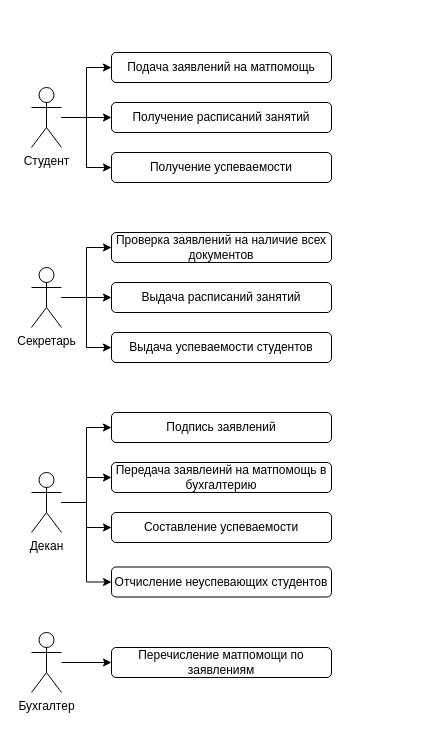
The draw.io diagram Use Case.drawio in sothug/Loan-applications, before the edit. Source tidied: cells renumbered, new cells numbered last; positions are measured from the earlier drawing's top-left corner, leaving out a move shared by most shapes. Both pictures are drawn from the tidied source at 100%, with x=0, y=0 at pixel (31, 52).
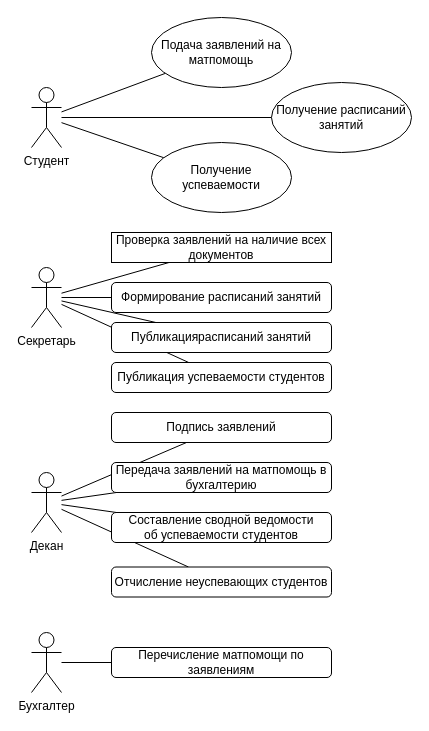
The same diagram, later.

The change refers to these unchanged cells:
```xml
<mxCell id="5" value="Студент" style="shape=umlActor;verticalLabelPosition=bottom;verticalAlign=top;html=1;outlineConnect=0;" parent="1" vertex="1">
  <mxGeometry y="35" width="30" height="60" as="geometry" />
</mxCell>
<mxCell id="12" value="Секретарь&lt;br&gt;" style="shape=umlActor;verticalLabelPosition=bottom;verticalAlign=top;html=1;outlineConnect=0;" parent="1" vertex="1">
  <mxGeometry y="215" width="30" height="60" as="geometry" />
</mxCell>
<mxCell id="20" value="Декан" style="shape=umlActor;verticalLabelPosition=bottom;verticalAlign=top;html=1;outlineConnect=0;" parent="1" vertex="1">
  <mxGeometry y="420" width="30" height="60" as="geometry" />
</mxCell>
<mxCell id="21" value="Подпись заявлений" style="rounded=1;whiteSpace=wrap;html=1;" parent="1" vertex="1">
  <mxGeometry x="80" y="360" width="220" height="30" as="geometry" />
</mxCell>
<mxCell id="24" value="Отчисление неуспевающих студентов" style="rounded=1;whiteSpace=wrap;html=1;" parent="1" vertex="1">
  <mxGeometry x="80" y="514.5" width="220" height="30" as="geometry" />
</mxCell>
<mxCell id="25" value="Бухгалтер" style="shape=umlActor;verticalLabelPosition=bottom;verticalAlign=top;html=1;outlineConnect=0;" parent="1" vertex="1">
  <mxGeometry y="580" width="30" height="60" as="geometry" />
</mxCell>
<mxCell id="26" value="Перечисление матпомощи по заявлениям" style="rounded=1;whiteSpace=wrap;html=1;" parent="1" vertex="1">
  <mxGeometry x="80" y="595" width="220" height="30" as="geometry" />
</mxCell>
```

What changed in the source:
```diff
@@
-    <mxCell id="2" style="edgeStyle=orthogonalEdgeStyle;rounded=0;jettySize=auto;html=1;entryX=0;entryY=0.5;entryDx=0;entryDy=0;" parent="1" edge="1" source="5" target="6">
+    <mxCell id="2" style="edgeStyle=none;jettySize=auto;html=1;endArrow=none;endFill=0;strokeColor=default;" parent="1" edge="1" source="5" target="6">
       <mxGeometry relative="1" as="geometry" />
     </mxCell>
-    <mxCell id="3" style="edgeStyle=orthogonalEdgeStyle;rounded=0;jettySize=auto;html=1;entryX=0;entryY=0.5;entryDx=0;entryDy=0;" parent="1" edge="1" source="5" target="7">
+    <mxCell id="3" style="edgeStyle=none;jettySize=auto;html=1;endArrow=none;endFill=0;strokeColor=default;" parent="1" edge="1" source="5" target="7">
       <mxGeometry relative="1" as="geometry" />
     </mxCell>
-    <mxCell id="4" style="edgeStyle=orthogonalEdgeStyle;rounded=0;jettySize=auto;html=1;entryX=0;entryY=0.5;entryDx=0;entryDy=0;" parent="1" edge="1" source="5" target="8">
+    <mxCell id="4" style="edgeStyle=none;jettySize=auto;html=1;endArrow=none;endFill=0;strokeColor=default;" parent="1" edge="1" source="5" target="8">
       <mxGeometry relative="1" as="geometry" />
     </mxCell>
@@
-    <mxCell id="6" value="Подача заявлений на матпомощь" style="rounded=1;whiteSpace=wrap;html=1;" parent="1" vertex="1">
-      <mxGeometry x="80" width="220" height="30" as="geometry" />
-    </mxCell>
-    <mxCell id="7" value="Получение расписаний занятий" style="rounded=1;whiteSpace=wrap;html=1;" parent="1" vertex="1">
-      <mxGeometry x="80" y="50" width="220" height="30" as="geometry" />
-    </mxCell>
-    <mxCell id="8" value="Получение успеваемости" style="rounded=1;whiteSpace=wrap;html=1;" parent="1" vertex="1">
-      <mxGeometry x="80" y="100" width="220" height="30" as="geometry" />
-    </mxCell>
-    <mxCell id="9" style="edgeStyle=orthogonalEdgeStyle;rounded=0;jettySize=auto;html=1;entryX=0;entryY=0.5;entryDx=0;entryDy=0;" parent="1" edge="1" source="12" target="13">
+    <mxCell id="9" style="rounded=0;jettySize=auto;html=1;endArrow=none;endFill=0;" parent="1" edge="1" source="12" target="13">
       <mxGeometry relative="1" as="geometry" />
     </mxCell>
-    <mxCell id="10" style="edgeStyle=orthogonalEdgeStyle;rounded=0;jettySize=auto;html=1;entryX=0;entryY=0.5;entryDx=0;entryDy=0;" parent="1" edge="1" source="12" target="14">
+    <mxCell id="10" style="rounded=0;jettySize=auto;html=1;endFill=0;endArrow=none;" parent="1" edge="1" source="12" target="14">
       <mxGeometry relative="1" as="geometry" />
     </mxCell>
-    <mxCell id="11" style="edgeStyle=orthogonalEdgeStyle;rounded=0;jettySize=auto;html=1;entryX=0;entryY=0.5;entryDx=0;entryDy=0;" parent="1" edge="1" source="12" target="15">
+    <mxCell id="11" style="rounded=0;jettySize=auto;html=1;endFill=0;endArrow=none;" parent="1" edge="1" source="12" target="15">
       <mxGeometry relative="1" as="geometry" />
     </mxCell>
@@
-    <mxCell id="13" value="Проверка заявлений на наличие всех документов" style="rounded=1;whiteSpace=wrap;html=1;" parent="1" vertex="1">
+    <mxCell id="13" value="Проверка заявлений на наличие всех документов" style="whiteSpace=wrap;html=1;shadow=0;" parent="1" vertex="1">
       <mxGeometry x="80" y="180" width="220" height="30" as="geometry" />
     </mxCell>
-    <mxCell id="14" value="Выдача расписаний занятий" style="rounded=1;whiteSpace=wrap;html=1;" parent="1" vertex="1">
+    <mxCell id="14" value="Формирование расписаний занятий" style="rounded=1;whiteSpace=wrap;html=1;" parent="1" vertex="1">
       <mxGeometry x="80" y="230" width="220" height="30" as="geometry" />
     </mxCell>
-    <mxCell id="15" value="Выдача успеваемости студентов" style="rounded=1;whiteSpace=wrap;html=1;" parent="1" vertex="1">
-      <mxGeometry x="80" y="280" width="220" height="30" as="geometry" />
+    <mxCell id="15" value="Публикация успеваемости студентов" style="rounded=1;whiteSpace=wrap;html=1;" parent="1" vertex="1">
+      <mxGeometry x="80" y="310" width="220" height="30" as="geometry" />
     </mxCell>
-    <mxCell id="16" style="edgeStyle=orthogonalEdgeStyle;rounded=0;jettySize=auto;html=1;entryX=0;entryY=0.5;entryDx=0;entryDy=0;" parent="1" edge="1" source="20" target="21">
+    <mxCell id="16" style="rounded=0;jettySize=auto;html=1;endFill=0;endArrow=none;" parent="1" edge="1" source="20" target="21">
       <mxGeometry relative="1" as="geometry" />
     </mxCell>
-    <mxCell id="17" style="edgeStyle=orthogonalEdgeStyle;rounded=0;jettySize=auto;html=1;entryX=0;entryY=0.5;entryDx=0;entryDy=0;" parent="1" edge="1" source="20" target="22">
+    <mxCell id="17" style="rounded=0;jettySize=auto;html=1;endFill=0;endArrow=none;" parent="1" edge="1" source="20" target="22">
       <mxGeometry relative="1" as="geometry" />
     </mxCell>
-    <mxCell id="18" style="edgeStyle=orthogonalEdgeStyle;rounded=0;jettySize=auto;html=1;entryX=0;entryY=0.5;entryDx=0;entryDy=0;" parent="1" edge="1" source="20" target="23">
+    <mxCell id="18" style="rounded=0;jettySize=auto;html=1;endFill=0;endArrow=none;" parent="1" edge="1" source="20" target="23">
       <mxGeometry relative="1" as="geometry" />
     </mxCell>
-    <mxCell id="19" style="edgeStyle=orthogonalEdgeStyle;rounded=0;jettySize=auto;html=1;entryX=0;entryY=0.5;entryDx=0;entryDy=0;" parent="1" edge="1" source="20" target="24">
+    <mxCell id="19" style="rounded=0;jettySize=auto;html=1;endFill=0;endArrow=none;" parent="1" edge="1" source="20" target="24">
       <mxGeometry relative="1" as="geometry" />
     </mxCell>
@@
-    <mxCell id="22" value="Передача заявлеинй на матпомощь в бухгалтерию" style="rounded=1;whiteSpace=wrap;html=1;" parent="1" vertex="1">
+    <mxCell id="22" value="Передача заявлений на матпомощь в бухгалтерию" style="rounded=1;whiteSpace=wrap;html=1;" parent="1" vertex="1">
       <mxGeometry x="80" y="410" width="220" height="30" as="geometry" />
     </mxCell>
-    <mxCell id="23" value="Составление успеваемости" style="rounded=1;whiteSpace=wrap;html=1;" parent="1" vertex="1">
+    <mxCell id="23" value="Составление сводной ведомости&lt;br&gt;об успеваемости студентов" style="rounded=1;whiteSpace=wrap;html=1;" parent="1" vertex="1">
       <mxGeometry x="80" y="460" width="220" height="30" as="geometry" />
     </mxCell>
@@
-    <mxCell id="27" style="edgeStyle=orthogonalEdgeStyle;rounded=0;jettySize=auto;html=1;entryX=0;entryY=0.5;entryDx=0;entryDy=0;" parent="1" edge="1" source="25" target="26">
+    <mxCell id="27" style="rounded=0;jettySize=auto;html=1;entryX=0;entryY=0.5;entryDx=0;entryDy=0;endFill=0;endArrow=none;" parent="1" edge="1" source="25" target="26">
       <mxGeometry relative="1" as="geometry" />
     </mxCell>
+    <mxCell id="6" value="Подача заявлений на матпомощь" style="ellipse;whiteSpace=wrap;html=1;shadow=0;" parent="1" vertex="1">
+      <mxGeometry x="120" y="-35" width="140" height="70" as="geometry" />
+    </mxCell>
+    <mxCell id="7" value="Получение расписаний занятий" style="ellipse;whiteSpace=wrap;html=1;shadow=0;" parent="1" vertex="1">
+      <mxGeometry x="240" y="30" width="140" height="70" as="geometry" />
+    </mxCell>
+    <mxCell id="8" value="Получение успеваемости" style="ellipse;whiteSpace=wrap;html=1;shadow=0;" parent="1" vertex="1">
+      <mxGeometry x="120" y="90" width="140" height="70" as="geometry" />
+    </mxCell>
+    <mxCell id="28" style="edgeStyle=none;jettySize=auto;html=1;endArrow=none;endFill=0;strokeColor=default;" parent="1" edge="1" source="29" target="12">
+      <mxGeometry relative="1" as="geometry" />
+    </mxCell>
+    <mxCell id="29" value="Публикациярасписаний занятий" style="rounded=1;whiteSpace=wrap;html=1;" parent="1" vertex="1">
+      <mxGeometry x="80" y="270" width="220" height="30" as="geometry" />
+    </mxCell>
```
